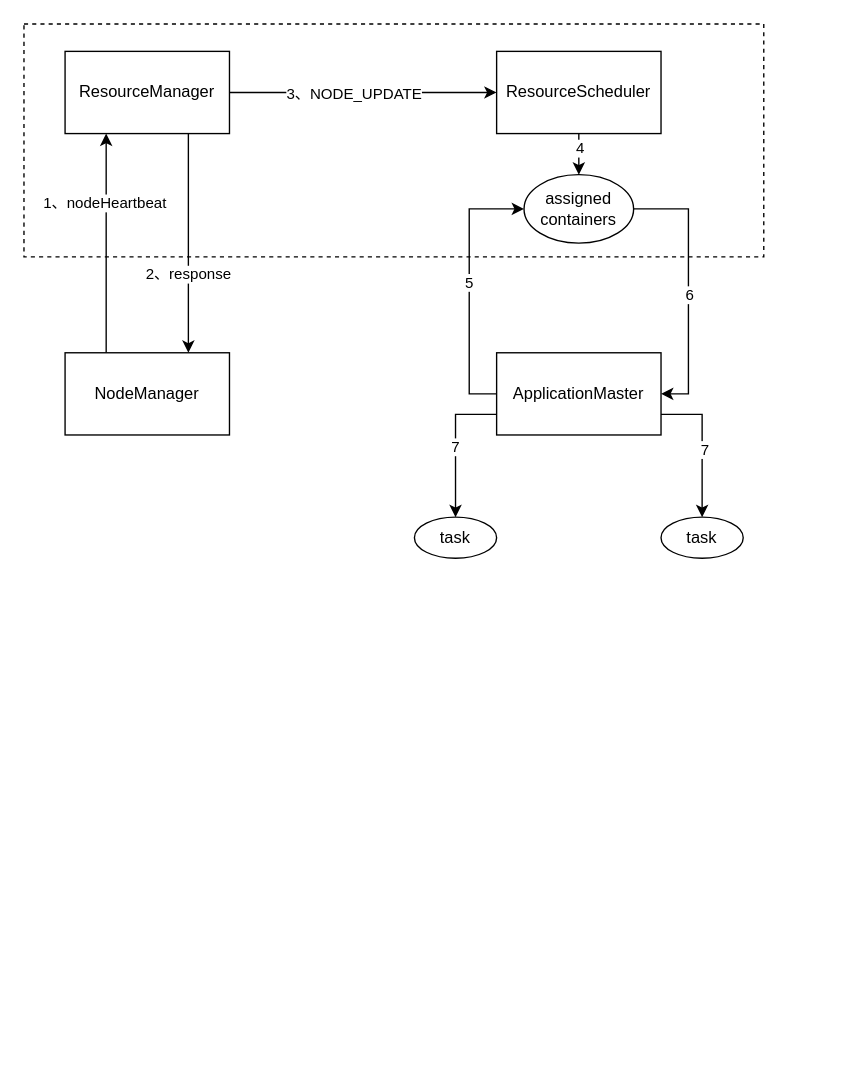
chenshuai1995/a-imgs keeps this draw.io diagram as Yarn/07_资源调度器资源分配过程.drawio. Above is the earlier version. Source tidied: cells renumbered, new cells numbered last; positions are measured from the earlier drawing's top-left corner, leaving out a move shared by most shapes. Both pictures are drawn from the tidied source at 137%, with x=0, y=0 at pixel (23, 23).
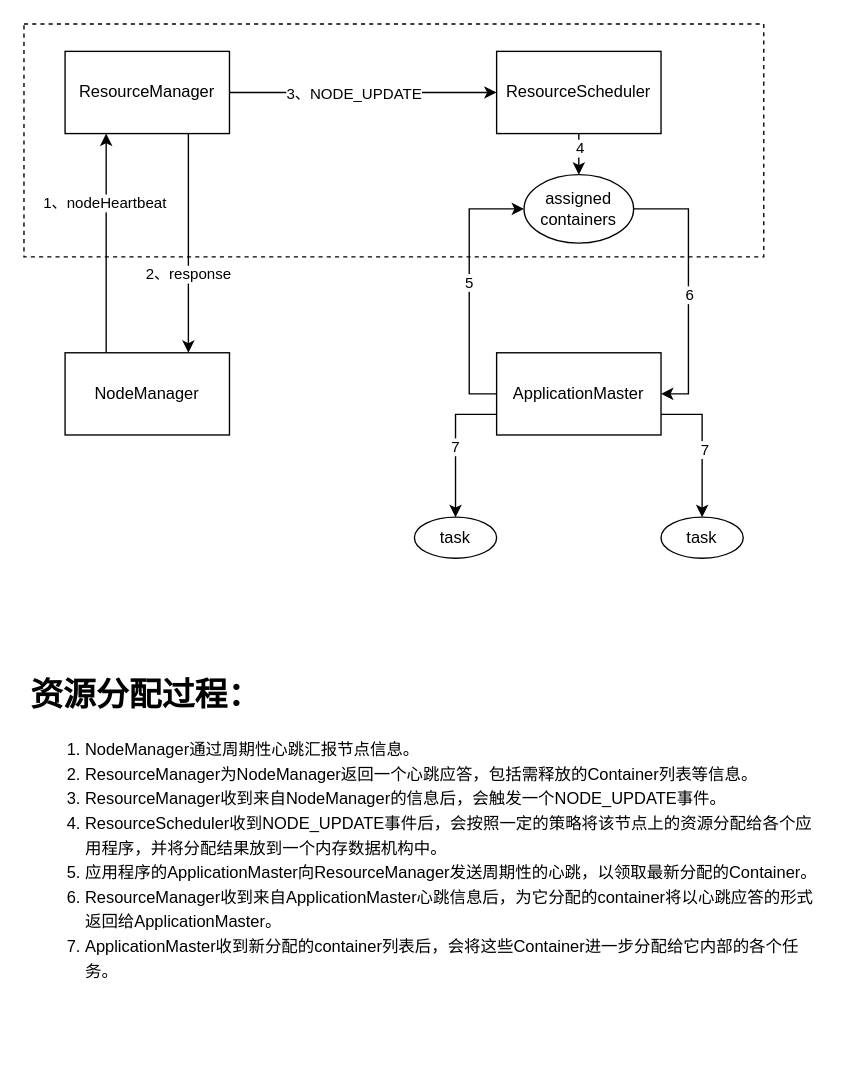
Above is the later version.

Commit message (it also covers changes not shown here):
更新07_资源调度器资源分配过程.drawio

Diff of the diagram source:
```diff
@@
+    <mxCell id="26" value="&lt;h1&gt;资源分配过程：&lt;/h1&gt;&lt;p&gt;&lt;/p&gt;&lt;ol style=&quot;line-height: 150%&quot;&gt;&lt;li&gt;NodeManager通过周期性心跳汇报节点信息。&lt;br&gt;&lt;/li&gt;&lt;li&gt;ResourceManager为NodeManager返回一个心跳应答，包括需释放的Container列表等信息。&lt;br&gt;&lt;/li&gt;&lt;li&gt;ResourceManager收到来自NodeManager的信息后，会触发一个NODE_UPDATE事件。&lt;br&gt;&lt;/li&gt;&lt;li&gt;ResourceScheduler收到NODE_UPDATE事件后，会按照一定的策略将该节点上的资源分配给各个应用程序，并将分配结果放到一个内存数据机构中。&lt;br&gt;&lt;/li&gt;&lt;li&gt;应用程序的ApplicationMaster向ResourceManager发送周期性的心跳，以领取最新分配的Container。&lt;br&gt;&lt;/li&gt;&lt;li&gt;ResourceManager收到来自ApplicationMaster心跳信息后，为它分配的container将以心跳应答的形式返回给ApplicationMaster。&lt;br&gt;&lt;/li&gt;&lt;li&gt;ApplicationMaster收到新分配的container列表后，会将这些Container进一步分配给它内部的各个任务。&lt;br&gt;&lt;/li&gt;&lt;/ol&gt;&lt;p&gt;&lt;/p&gt;" style="text;html=1;strokeColor=none;fillColor=none;spacing=5;spacingTop=-20;whiteSpace=wrap;overflow=hidden;rounded=0;dashed=1;" parent="1" vertex="1">
+      <mxGeometry y="470" width="590" height="290" as="geometry" />
+    </mxCell>
```
